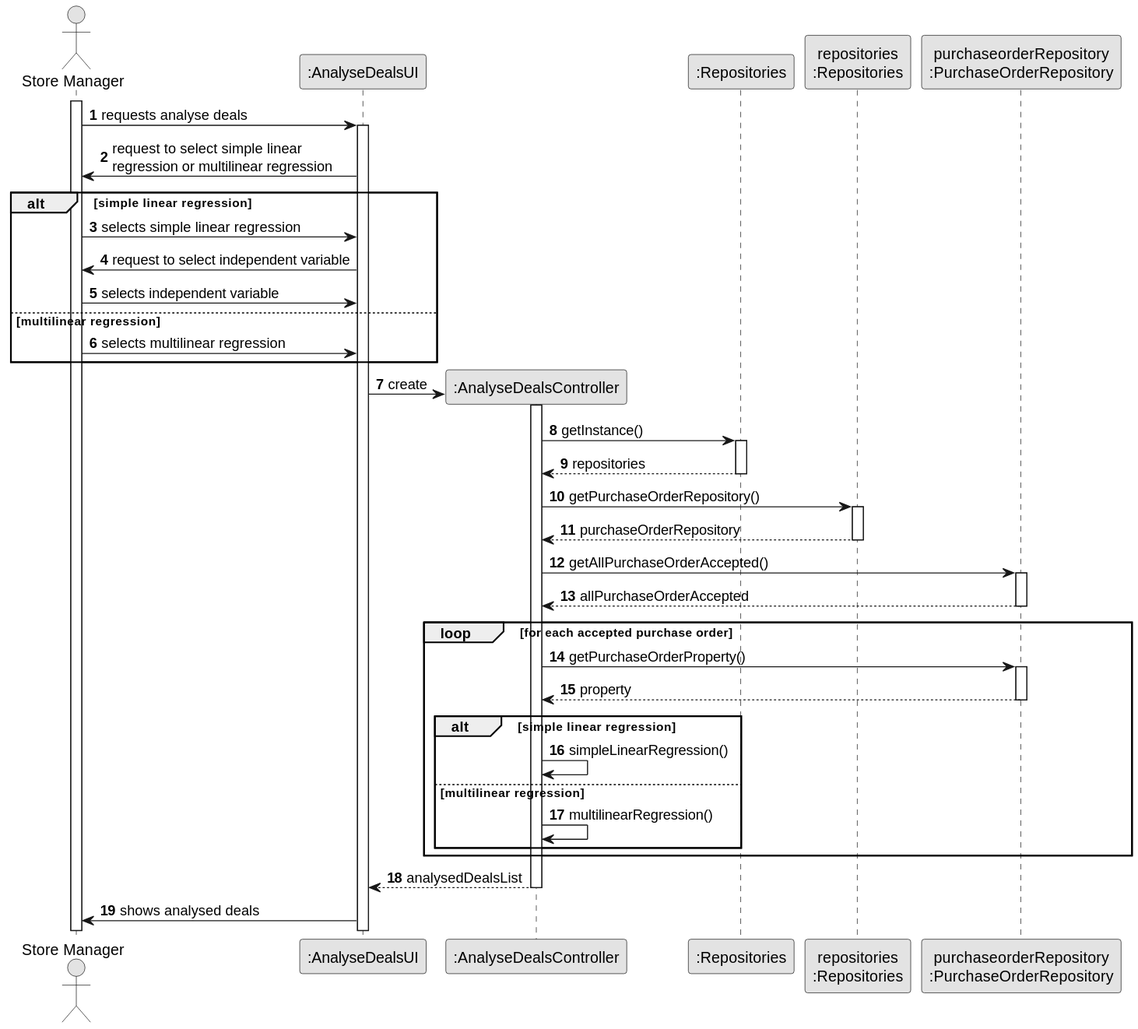
This is docs/sprintD/US018/03.design/svg/US018_SD.svg from tiagohcorreia/LAPR2, a PlantUML export, as it was before one commit. Source of this version:
```plantuml
@startuml

skinparam monochrome true
skinparam shadowing false
autonumber

actor "Store Manager" as agent
participant ":AnalyseDealsUI" as ui
participant ":AnalyseDealsController" as ctrl


participant ":Repositories" as repos
participant "repositories\n:Repositories" as repositories
participant "purchaseorderRepository\n:PurchaseOrderRepository" as poR




activate agent
agent -> ui: requests analyse deals
activate ui
ui -> agent: request to select simple linear \nregression or multilinear regression

alt simple linear regression

agent -> ui: selects simple linear regression

ui -> agent: request to select independent variable

agent -> ui: selects independent variable

else multilinear regression

agent -> ui: selects multilinear regression

end



ui -> ctrl**: create
activate ctrl
ctrl -> repos: getInstance()
activate repos
return repositories

ctrl -> repositories: getPurchaseOrderRepository()

activate repositories
return purchaseOrderRepository


ctrl -> poR: getAllPurchaseOrderAccepted()
activate poR


return allPurchaseOrderAccepted

loop for each accepted purchase order

ctrl -> poR: getPurchaseOrderProperty()
activate poR

return property

alt simple linear regression

ctrl -> ctrl: simpleLinearRegression()

else multilinear regression

ctrl -> ctrl: multilinearRegression()

end

end

return analysedDealsList

ui -> agent: shows analysed deals

@enduml
```
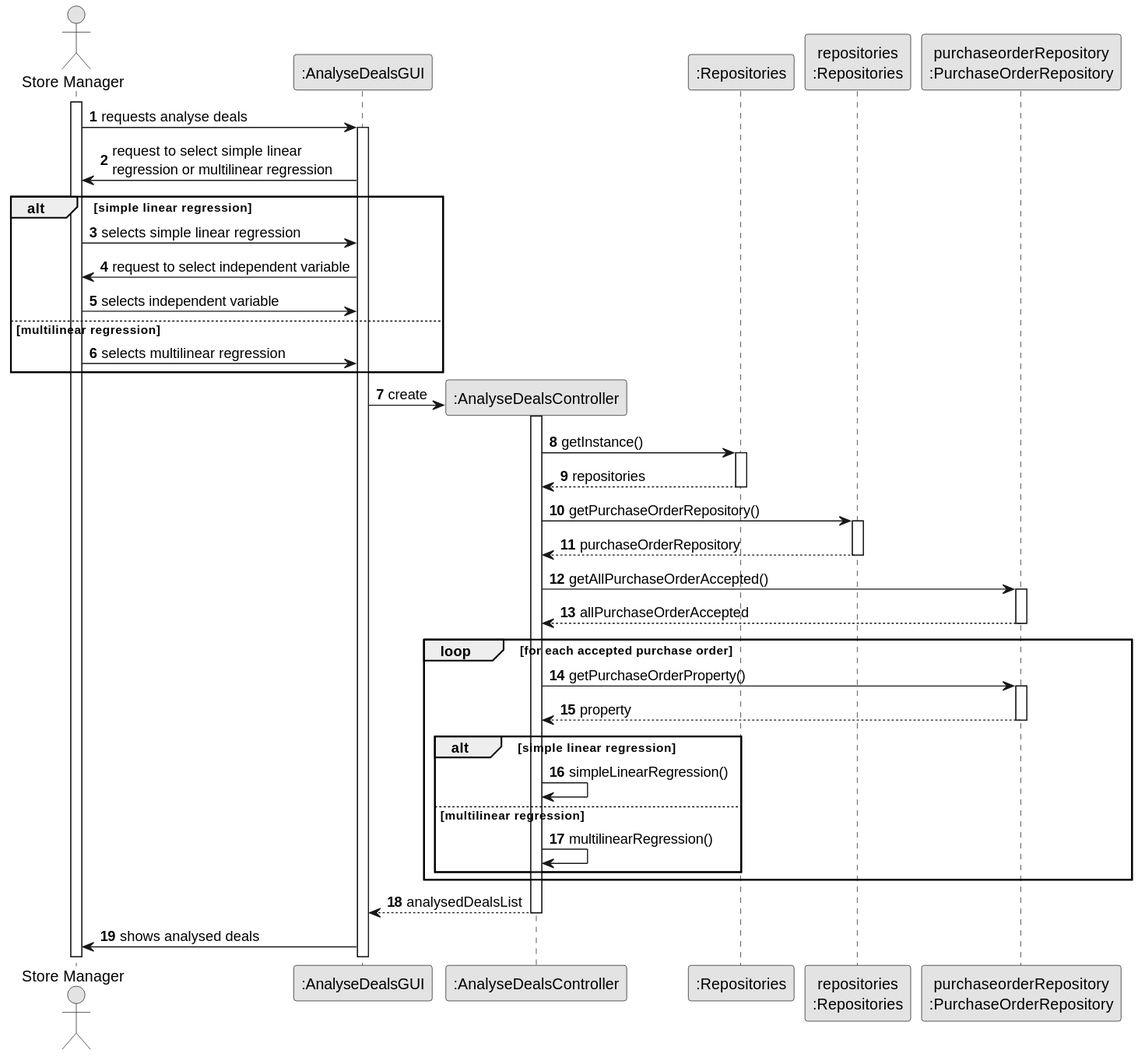
The same diagram one commit later.

Diff of the diagram source:
```diff
@@ -5,7 +5,7 @@
 autonumber
 
 actor "Store Manager" as agent
-participant ":AnalyseDealsUI" as ui
+participant ":AnalyseDealsGUI" as gui
 participant ":AnalyseDealsController" as ctrl
 
 
@@ -17,27 +17,27 @@
 
 
 activate agent
-agent -> ui: requests analyse deals
-activate ui
-ui -> agent: request to select simple linear \nregression or multilinear regression
+agent -> gui: requests analyse deals
+activate gui
+gui -> agent: request to select simple linear \nregression or multilinear regression
 
 alt simple linear regression
 
-agent -> ui: selects simple linear regression
+agent -> gui: selects simple linear regression
 
-ui -> agent: request to select independent variable
+gui -> agent: request to select independent variable
 
-agent -> ui: selects independent variable
+agent -> gui: selects independent variable
 
 else multilinear regression
 
-agent -> ui: selects multilinear regression
+agent -> gui: selects multilinear regression
 
 end
 
 
 
-ui -> ctrl**: create
+gui -> ctrl**: create
 activate ctrl
 ctrl -> repos: getInstance()
 activate repos
@@ -76,6 +76,5 @@
 
 return analysedDealsList
 
-ui -> agent: shows analysed deals
-
+gui -> agent: shows analysed deals
 @enduml
```
